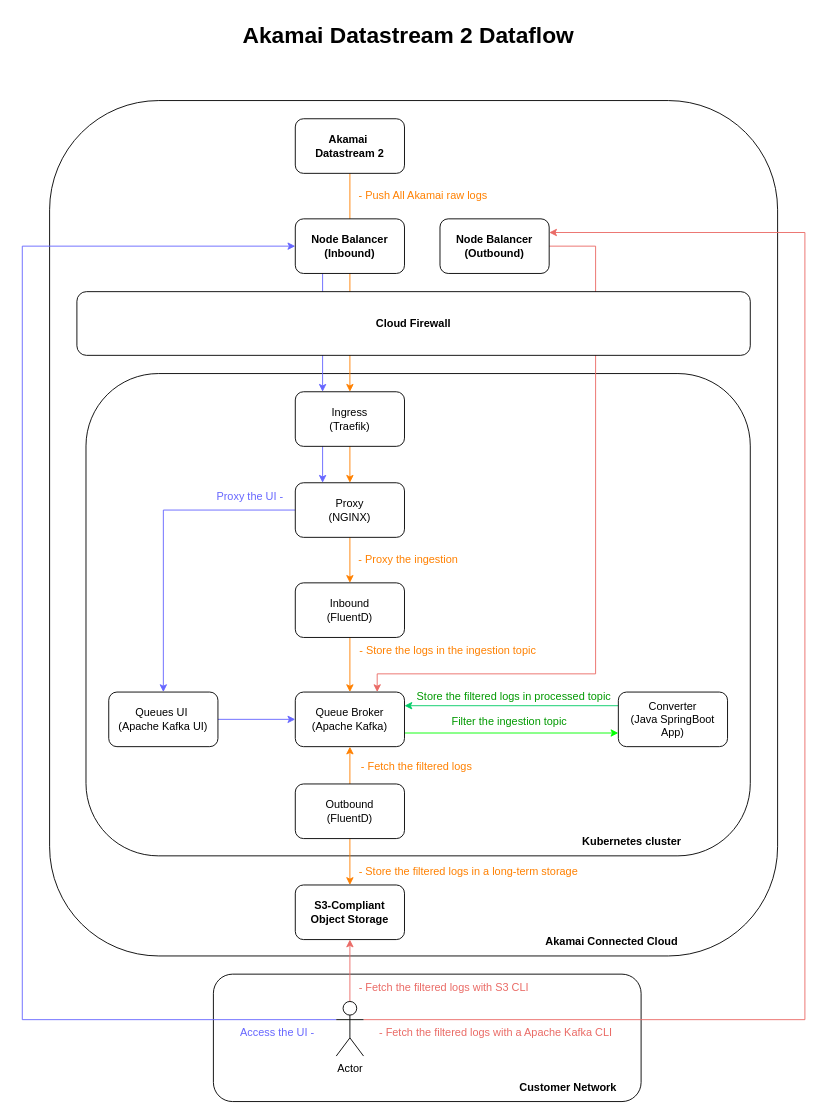
Earlier version of the draw.io diagram architecture.drawio (fvilarinho/akamai-ds2-dataflow). Source tidied: cells renumbered, new cells numbered last; positions are measured from the earlier drawing's top-left corner, leaving out a move shared by most shapes. Both pictures are drawn from the tidied source at 91%, with x=0, y=0 at pixel (22, 15).
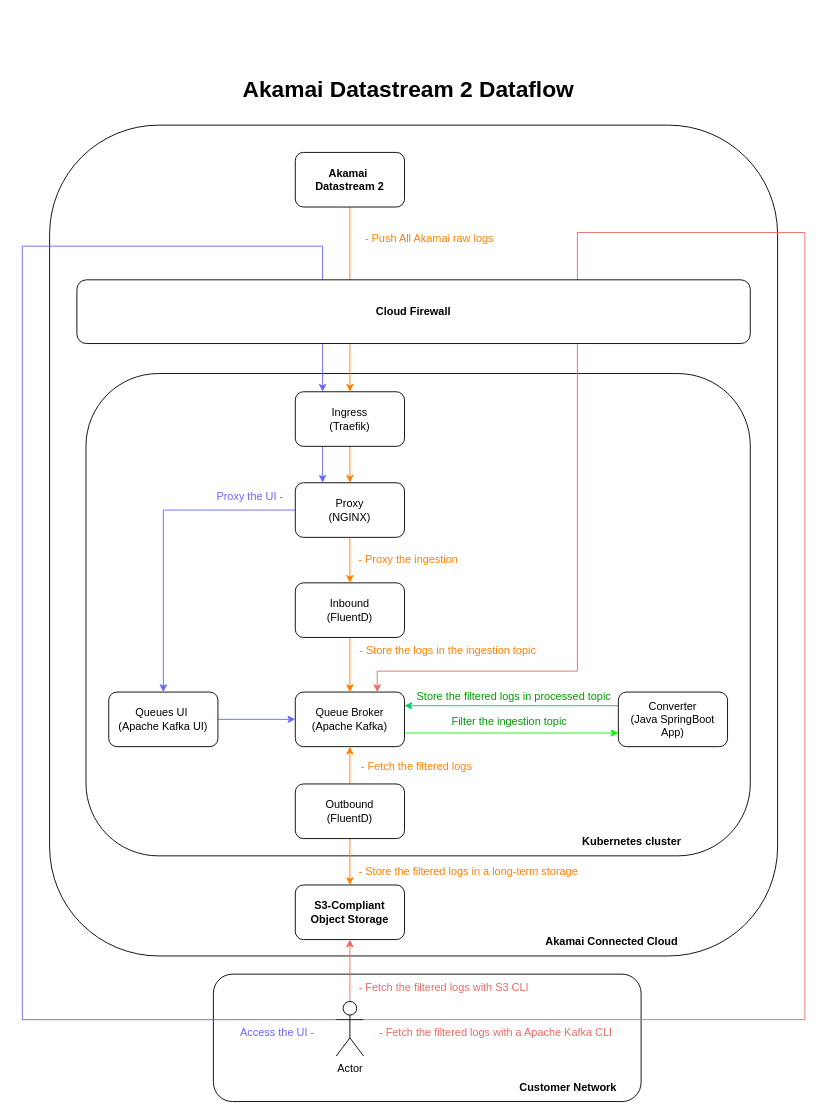
The same page after the edit.

Unchanged cells that the change refers to:
```xml
<mxCell id="14" value="Queue Broker&lt;div&gt;(Apache Kafka)&lt;/div&gt;" style="rounded=1;whiteSpace=wrap;html=1;" parent="1" vertex="1">
  <mxGeometry x="300" y="743" width="120" height="60" as="geometry" />
</mxCell>
<mxCell id="24" value="Actor" style="shape=umlActor;verticalLabelPosition=bottom;verticalAlign=top;html=1;" parent="1" vertex="1">
  <mxGeometry x="345" y="1083" width="30" height="60" as="geometry" />
</mxCell>
<mxCell id="38" value="Ingress&lt;div&gt;(Traefik)&lt;/div&gt;" style="rounded=1;whiteSpace=wrap;html=1;" parent="1" vertex="1">
  <mxGeometry x="300" y="413" width="120" height="60" as="geometry" />
</mxCell>
```

What changed in the source:
```diff
@@
     <mxCell id="2" style="rounded=1;whiteSpace=wrap;html=1;fillColor=none;" parent="1" vertex="1">
-      <mxGeometry x="30" y="93" width="800" height="940" as="geometry" />
+      <mxGeometry x="30" y="120" width="800" height="913" as="geometry" />
     </mxCell>
@@
     <mxCell id="7" value="Akamai&amp;nbsp;&lt;div&gt;Datastream 2&lt;/div&gt;" style="rounded=1;whiteSpace=wrap;html=1;fontStyle=1;" parent="1" vertex="1">
-      <mxGeometry x="300" y="113" width="120" height="60" as="geometry" />
+      <mxGeometry x="300" y="150" width="120" height="60" as="geometry" />
     </mxCell>
@@
-    <mxCell id="22" style="edgeStyle=orthogonalEdgeStyle;rounded=0;jettySize=auto;html=1;entryX=0;entryY=0.5;entryDx=0;entryDy=0;strokeColor=#6666FF;" parent="1" edge="1" source="24" target="40">
+    <mxCell id="22" style="edgeStyle=orthogonalEdgeStyle;rounded=0;jettySize=auto;html=1;strokeColor=#6666FF;entryX=0.25;entryY=0;entryDx=0;entryDy=0;" parent="1" edge="1" source="24" target="38">
       <mxGeometry relative="1" as="geometry">
         <Array as="points">
           <mxPoint y="1103" />
           <mxPoint y="253" />
+          <mxPoint x="330" y="253" />
         </Array>
       </mxGeometry>
     </mxCell>
-    <mxCell id="23" style="edgeStyle=orthogonalEdgeStyle;rounded=0;jettySize=auto;html=1;strokeColor=#EA6B66;entryX=1;entryY=0.25;entryDx=0;entryDy=0;" parent="1" edge="1" source="24" target="42">
+    <mxCell id="23" style="edgeStyle=orthogonalEdgeStyle;rounded=0;jettySize=auto;html=1;strokeColor=#EA6B66;entryX=0.75;entryY=0;entryDx=0;entryDy=0;" parent="1" edge="1" source="24" target="14">
       <mxGeometry relative="1" as="geometry">
         <Array as="points">
           <mxPoint x="860" y="1103" />
           <mxPoint x="860" y="238" />
+          <mxPoint x="610" y="238" />
+          <mxPoint x="610" y="720" />
+          <mxPoint x="390" y="720" />
         </Array>
       </mxGeometry>
     </mxCell>
@@
     <mxCell id="32" value="- Push All Akamai raw logs" style="text;html=1;align=left;verticalAlign=middle;strokeColor=none;fillColor=none;fontColor=#FF8000;" parent="1" vertex="1">
-      <mxGeometry x="368" y="183" width="160" height="30" as="geometry" />
+      <mxGeometry x="375" y="230" width="160" height="30" as="geometry" />
     </mxCell>
@@
-    <mxCell id="39" style="edgeStyle=orthogonalEdgeStyle;rounded=0;jettySize=auto;html=1;exitX=0.25;exitY=1;exitDx=0;exitDy=0;entryX=0.25;entryY=0;entryDx=0;entryDy=0;strokeColor=#6666FF;" parent="1" edge="1" source="40" target="38">
-      <mxGeometry relative="1" as="geometry" />
-    </mxCell>
-    <mxCell id="40" value="Node Balancer&lt;br&gt;(Inbound)" style="rounded=1;whiteSpace=wrap;html=1;fontStyle=1;" parent="1" vertex="1">
-      <mxGeometry x="300" y="223" width="120" height="60" as="geometry" />
-    </mxCell>
-    <mxCell id="41" style="edgeStyle=orthogonalEdgeStyle;rounded=0;jettySize=auto;html=1;entryX=0.75;entryY=0;entryDx=0;entryDy=0;strokeColor=#EA6B66;" parent="1" edge="1" source="42" target="14">
-      <mxGeometry relative="1" as="geometry">
-        <Array as="points">
-          <mxPoint x="630" y="253" />
-          <mxPoint x="630" y="723" />
-          <mxPoint x="390" y="723" />
-        </Array>
-      </mxGeometry>
-    </mxCell>
-    <mxCell id="42" value="Node Balancer&lt;br&gt;(Outbound)" style="rounded=1;whiteSpace=wrap;html=1;fontStyle=1;" parent="1" vertex="1">
-      <mxGeometry x="459" y="223" width="120" height="60" as="geometry" />
-    </mxCell>
@@
     <mxCell id="45" value="Cloud Firewall" style="rounded=1;whiteSpace=wrap;html=1;fontStyle=1;" parent="1" vertex="1">
-      <mxGeometry x="60" y="303" width="740" height="70" as="geometry" />
+      <mxGeometry x="60" y="290" width="740" height="70" as="geometry" />
     </mxCell>
@@
     <mxCell id="48" value="Akamai Datastream 2 Dataflow" style="text;html=1;align=center;verticalAlign=middle;strokeColor=none;fillColor=none;fontSize=25;fontStyle=1;" parent="1" vertex="1">
-      <mxGeometry x="229" width="390" height="40" as="geometry" />
+      <mxGeometry x="229" y="60" width="390" height="40" as="geometry" />
     </mxCell>
```
